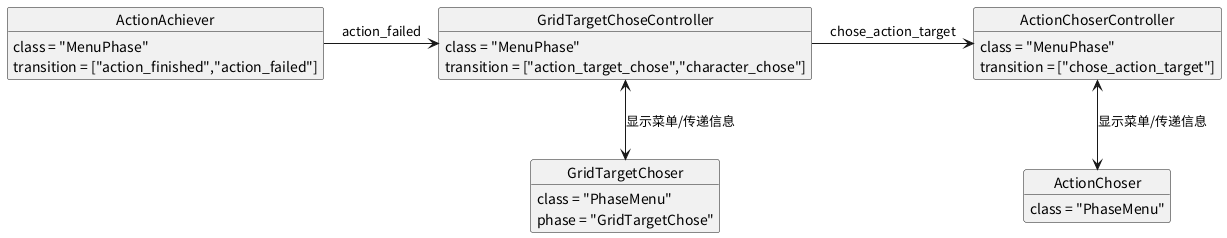
The PlantUML diagram 程序架构/action_chose_menu_struct.png in minkieyume/nightcat-srpg, before a commit. Its diagram source:
```plantuml
@startuml
object GridTargetChoseController {
  class = "MenuPhase"
  transition = ["action_target_chose","character_chose"]
}

object ActionChoserController {

  class = "MenuPhase"
  transition = ["chose_action_target"]
}

object ActionAchiever {
  class = "MenuPhase"
  transition = ["action_finished","action_failed"]
}

object GridTargetChoser {
  class = "PhaseMenu"
  phase = "GridTargetChose"
}

object ActionChoser {
  class = "PhaseMenu"
}

GridTargetChoseController <-down-> GridTargetChoser :显示菜单/传递信息
ActionChoserController <-down-> ActionChoser:显示菜单/传递信息
GridTargetChoseController -> ActionChoserController:chose_action_target
ActionAchiever -> GridTargetChoseController:action_failed
@enduml
```
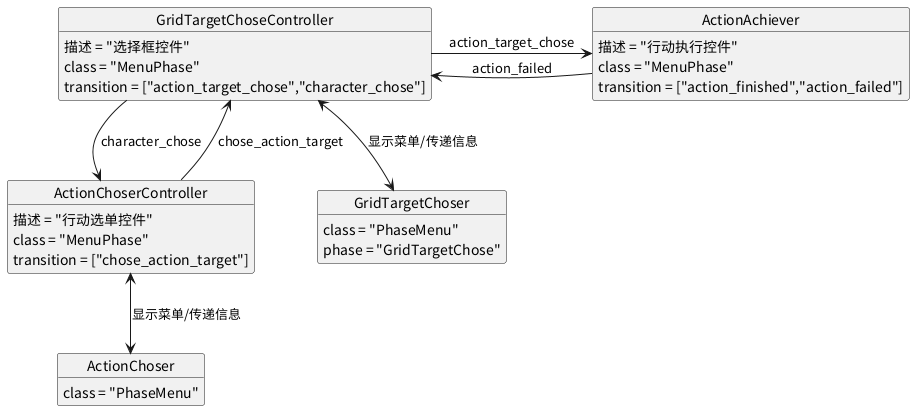
Later version of the same file.

The edit, as a diff of the source:
```diff
@@ -1,16 +1,18 @@
 @startuml
 object GridTargetChoseController {
+  描述 = "选择框控件"
   class = "MenuPhase"
   transition = ["action_target_chose","character_chose"]
 }
 
 object ActionChoserController {
-
+  描述 = "行动选单控件"
   class = "MenuPhase"
   transition = ["chose_action_target"]
 }
 
 object ActionAchiever {
+  描述 = "行动执行控件"
   class = "MenuPhase"
   transition = ["action_finished","action_failed"]
 }
@@ -26,6 +28,8 @@
 
 GridTargetChoseController <-down-> GridTargetChoser :显示菜单/传递信息
 ActionChoserController <-down-> ActionChoser:显示菜单/传递信息
-GridTargetChoseController -> ActionChoserController:chose_action_target
+GridTargetChoseController --> ActionChoserController:character_chose
+ActionChoserController --> GridTargetChoseController:chose_action_target
+GridTargetChoseController -> ActionAchiever:action_target_chose
 ActionAchiever -> GridTargetChoseController:action_failed
 @enduml
```
